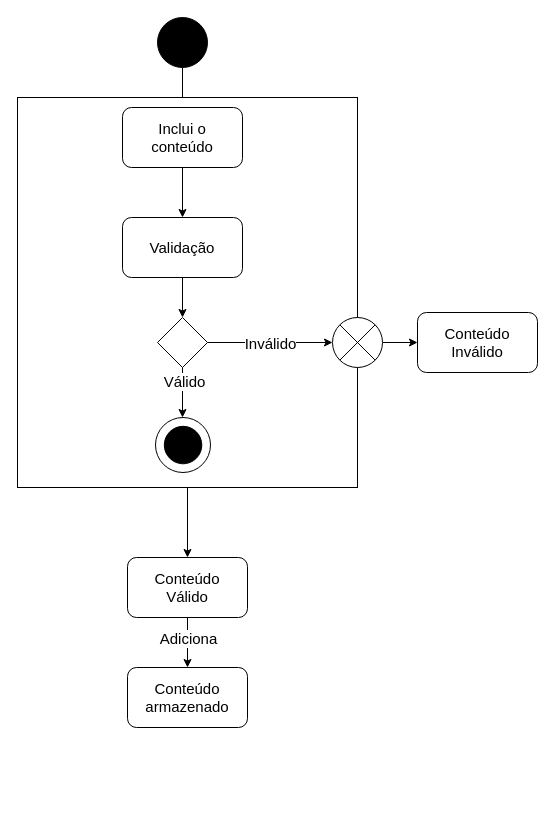
caioliveira277/drawio-fluxogramas keeps this draw.io diagram as page "Page-9" (9 of 9) of fluxogramas/fluxograma_rebuild_plants.drawio. Above is the earlier version. Source tidied: cells renumbered, new cells numbered last; positions are measured from the earlier drawing's top-left corner, leaving out a move shared by most shapes. Both pictures are drawn from the tidied source at 100%, with x=0, y=0 at pixel (17, 17).
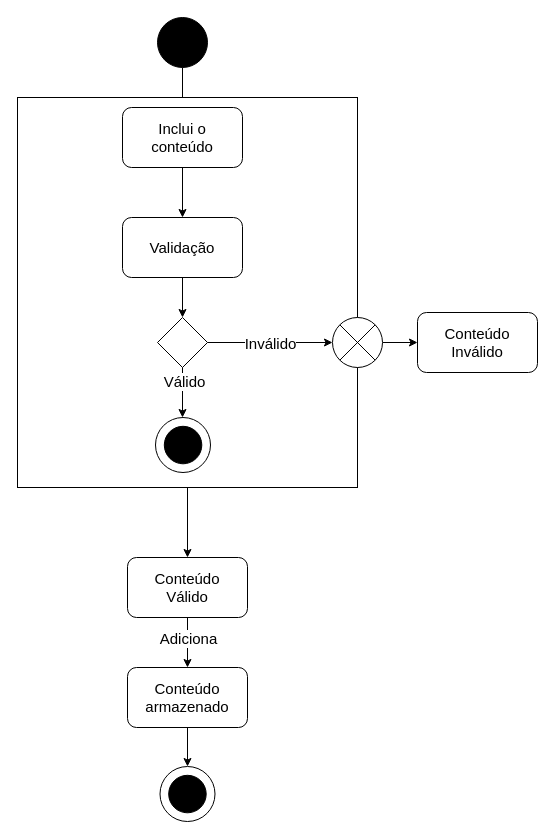
The same diagram, later.

The change refers to these unchanged cells:
```xml
<mxCell id="8" style="rounded=1;whiteSpace=wrap;html=1;fillColor=#FFFFFF;fontSize=15;" parent="1" vertex="1">
  <mxGeometry x="110" y="650" width="120" height="60" as="geometry" />
</mxCell>
```

Change to the diagram source:
```diff
@@
+    <mxCell id="31" style="edgeStyle=orthogonalEdgeStyle;rounded=0;jettySize=auto;html=1;entryX=0.5;entryY=0;entryDx=0;entryDy=0;" parent="1" edge="1" source="8" target="32">
+      <mxGeometry relative="1" as="geometry" />
+    </mxCell>
@@
+    <mxCell id="32" style="ellipse;whiteSpace=wrap;html=1;fillColor=#FFFFFF;fontSize=15;" parent="1" vertex="1">
+      <mxGeometry x="142.5" y="749" width="55" height="55" as="geometry" />
+    </mxCell>
+    <mxCell id="33" style="ellipse;whiteSpace=wrap;html=1;fillColor=#000000;fontSize=15;" parent="1" vertex="1">
+      <mxGeometry x="151.2" y="757.8" width="37.5" height="37.5" as="geometry" />
+    </mxCell>
```
